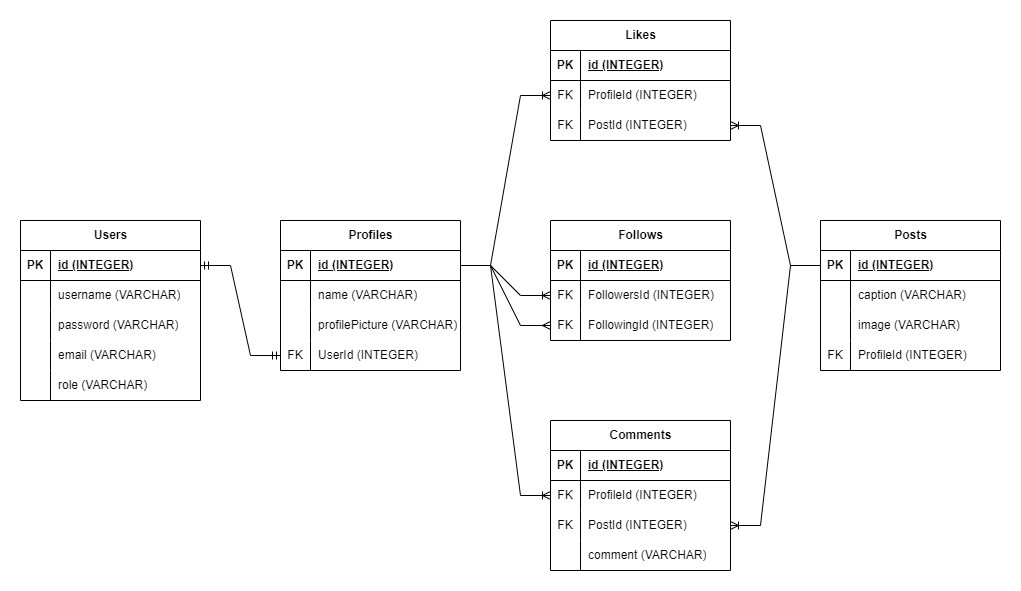
Earlier version of the draw.io export ERD-Social-Media.png (andiisultaan/social-media). Source tidied: cells renumbered, new cells last; positions are measured from the earlier drawing's top-left corner, leaving out a move shared by most shapes.
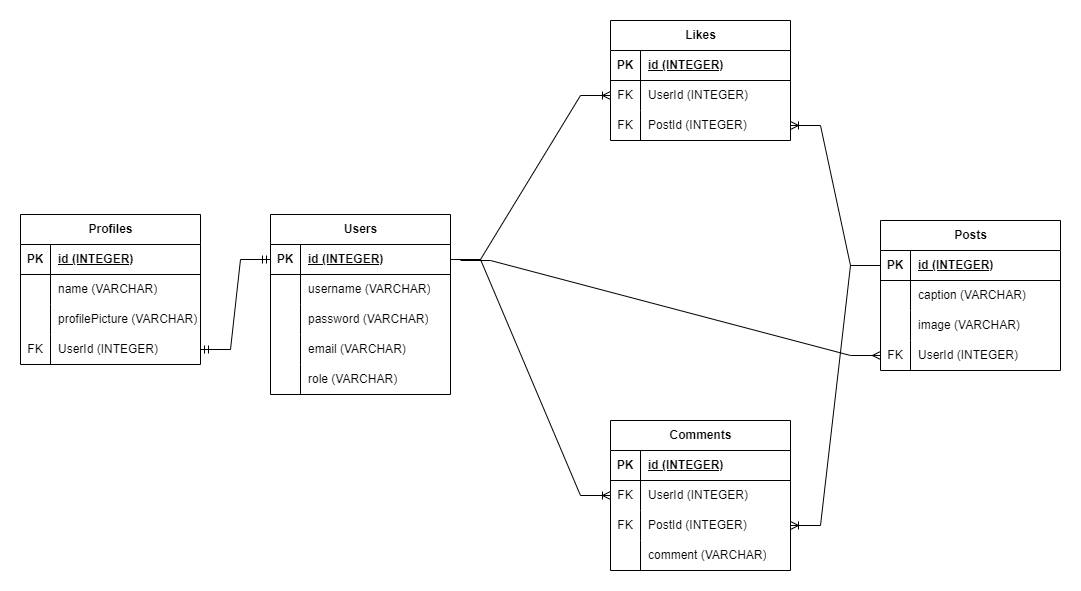
The same diagram one commit later.

Commit message:
new database erd

What changed in the source:
```diff
@@ -3,7 +3,7 @@
     <mxCell id="0" />
     <mxCell id="1" parent="0" />
     <mxCell id="2" value="Users" style="shape=table;startSize=30;rowLines=0;fontStyle=1;align=center;html=1;" parent="1" vertex="1">
-      <mxGeometry y="200" width="180" height="180" as="geometry" />
+      <mxGeometry x="190" y="194" width="180" height="180" as="geometry" />
     </mxCell>
     <mxCell id="3" style="shape=tableRow;horizontal=0;startSize=0;swimlaneHead=0;swimlaneBody=0;fillColor=none;points=[[0,0.5],[1,0.5]];portConstraint=eastwest;top=0;left=0;right=0;bottom=1;" parent="2" vertex="1">
       <mxGeometry y="30" width="180" height="30" as="geometry" />
@@ -51,7 +51,7 @@
       <mxGeometry x="30" width="150" height="30" as="geometry" />
     </mxCell>
     <mxCell id="18" value="Profiles" style="shape=table;startSize=30;rowLines=0;fontStyle=1;align=center;html=1;" parent="1" vertex="1">
-      <mxGeometry x="260" y="200" width="180" height="150" as="geometry" />
+      <mxGeometry x="-60" y="194" width="180" height="150" as="geometry" />
     </mxCell>
     <mxCell id="19" style="shape=tableRow;horizontal=0;startSize=0;swimlaneHead=0;swimlaneBody=0;fillColor=none;points=[[0,0.5],[1,0.5]];portConstraint=eastwest;top=0;left=0;right=0;bottom=1;" parent="18" vertex="1">
       <mxGeometry y="30" width="180" height="30" as="geometry" />
@@ -125,7 +125,7 @@
     <mxCell id="42" value="FK" style="shape=partialRectangle;fillColor=none;top=0;left=0;bottom=0;right=0;overflow=hidden;whiteSpace=wrap;html=1;" parent="41" vertex="1">
       <mxGeometry width="30" height="30" as="geometry" />
     </mxCell>
-    <mxCell id="43" value="ProfileId (INTEGER)" style="shape=partialRectangle;fillColor=none;top=0;left=0;bottom=0;right=0;align=left;spacingLeft=6;overflow=hidden;whiteSpace=wrap;html=1;" parent="41" vertex="1">
+    <mxCell id="43" value="UserId (INTEGER)" style="shape=partialRectangle;fillColor=none;top=0;left=0;bottom=0;right=0;align=left;spacingLeft=6;overflow=hidden;whiteSpace=wrap;html=1;" parent="41" vertex="1">
       <mxGeometry x="30" width="150" height="30" as="geometry" />
     </mxCell>
     <mxCell id="44" value="Comments" style="shape=table;startSize=30;rowLines=0;fontStyle=1;align=center;html=1;" parent="1" vertex="1">
@@ -146,7 +146,7 @@
     <mxCell id="49" value="FK" style="shape=partialRectangle;fillColor=none;top=0;left=0;bottom=0;right=0;overflow=hidden;whiteSpace=wrap;html=1;" parent="48" vertex="1">
       <mxGeometry width="30" height="30" as="geometry" />
     </mxCell>
-    <mxCell id="50" value="ProfileId (INTEGER)" style="shape=partialRectangle;fillColor=none;top=0;left=0;bottom=0;right=0;align=left;spacingLeft=6;overflow=hidden;whiteSpace=wrap;html=1;" parent="48" vertex="1">
+    <mxCell id="50" value="UserId (INTEGER)" style="shape=partialRectangle;fillColor=none;top=0;left=0;bottom=0;right=0;align=left;spacingLeft=6;overflow=hidden;whiteSpace=wrap;html=1;" parent="48" vertex="1">
       <mxGeometry x="30" width="150" height="30" as="geometry" />
     </mxCell>
     <mxCell id="51" style="shape=tableRow;horizontal=0;startSize=0;swimlaneHead=0;swimlaneBody=0;fillColor=none;points=[[0,0.5],[1,0.5]];portConstraint=eastwest;top=0;left=0;right=0;bottom=0;" parent="44" vertex="1">
@@ -185,7 +185,7 @@
     <mxCell id="62" value="FK" style="shape=partialRectangle;fillColor=none;top=0;left=0;bottom=0;right=0;overflow=hidden;whiteSpace=wrap;html=1;" parent="61" vertex="1">
       <mxGeometry width="30" height="30" as="geometry" />
     </mxCell>
-    <mxCell id="63" value="ProfileId (INTEGER)" style="shape=partialRectangle;fillColor=none;top=0;left=0;bottom=0;right=0;align=left;spacingLeft=6;overflow=hidden;whiteSpace=wrap;html=1;" parent="61" vertex="1">
+    <mxCell id="63" value="UserId (INTEGER)" style="shape=partialRectangle;fillColor=none;top=0;left=0;bottom=0;right=0;align=left;spacingLeft=6;overflow=hidden;whiteSpace=wrap;html=1;" parent="61" vertex="1">
       <mxGeometry x="30" width="150" height="30" as="geometry" />
     </mxCell>
     <mxCell id="64" style="shape=tableRow;horizontal=0;startSize=0;swimlaneHead=0;swimlaneBody=0;fillColor=none;points=[[0,0.5],[1,0.5]];portConstraint=eastwest;top=0;left=0;right=0;bottom=0;" parent="57" vertex="1">
@@ -197,46 +197,13 @@
     <mxCell id="66" value="PostId (INTEGER)" style="shape=partialRectangle;fillColor=none;top=0;left=0;bottom=0;right=0;align=left;spacingLeft=6;overflow=hidden;whiteSpace=wrap;html=1;" parent="64" vertex="1">
       <mxGeometry x="30" width="150" height="30" as="geometry" />
     </mxCell>
-    <mxCell id="67" value="Follows" style="shape=table;startSize=30;rowLines=0;fontStyle=1;align=center;html=1;" parent="1" vertex="1">
-      <mxGeometry x="530" y="200" width="180" height="120" as="geometry" />
-    </mxCell>
-    <mxCell id="68" style="shape=tableRow;horizontal=0;startSize=0;swimlaneHead=0;swimlaneBody=0;fillColor=none;top=0;left=0;right=0;bottom=1;" parent="67" vertex="1">
-      <mxGeometry y="30" width="180" height="30" as="geometry" />
-    </mxCell>
-    <mxCell id="69" value="PK" style="shape=partialRectangle;fillColor=none;top=0;left=0;bottom=0;right=0;fontStyle=1;overflow=hidden;whiteSpace=wrap;html=1;" parent="68" vertex="1">
-      <mxGeometry width="30" height="30" as="geometry" />
-    </mxCell>
-    <mxCell id="70" value="id (INTEGER)" style="shape=partialRectangle;fillColor=none;top=0;left=0;bottom=0;right=0;align=left;spacingLeft=6;fontStyle=5;overflow=hidden;whiteSpace=wrap;html=1;" parent="68" vertex="1">
-      <mxGeometry x="30" width="150" height="30" as="geometry" />
-    </mxCell>
-    <mxCell id="71" style="shape=tableRow;horizontal=0;startSize=0;swimlaneHead=0;swimlaneBody=0;fillColor=none;points=[[0,0.5],[1,0.5]];portConstraint=eastwest;top=0;left=0;right=0;bottom=0;" parent="67" vertex="1">
-      <mxGeometry y="60" width="180" height="30" as="geometry" />
-    </mxCell>
-    <mxCell id="72" value="FK" style="shape=partialRectangle;fillColor=none;top=0;left=0;bottom=0;right=0;overflow=hidden;whiteSpace=wrap;html=1;" parent="71" vertex="1">
-      <mxGeometry width="30" height="30" as="geometry" />
-    </mxCell>
-    <mxCell id="73" value="FollowersId (INTEGER)" style="shape=partialRectangle;fillColor=none;top=0;left=0;bottom=0;right=0;align=left;spacingLeft=6;overflow=hidden;whiteSpace=wrap;html=1;" parent="71" vertex="1">
-      <mxGeometry x="30" width="150" height="30" as="geometry" />
-    </mxCell>
-    <mxCell id="74" style="shape=tableRow;horizontal=0;startSize=0;swimlaneHead=0;swimlaneBody=0;fillColor=none;points=[[0,0.5],[1,0.5]];portConstraint=eastwest;top=0;left=0;right=0;bottom=0;" parent="67" vertex="1">
-      <mxGeometry y="90" width="180" height="30" as="geometry" />
-    </mxCell>
-    <mxCell id="75" value="FK" style="shape=partialRectangle;fillColor=none;top=0;left=0;bottom=0;right=0;overflow=hidden;whiteSpace=wrap;html=1;" parent="74" vertex="1">
-      <mxGeometry width="30" height="30" as="geometry" />
-    </mxCell>
-    <mxCell id="76" value="FollowingId (INTEGER)" style="shape=partialRectangle;fillColor=none;top=0;left=0;bottom=0;right=0;align=left;spacingLeft=6;overflow=hidden;whiteSpace=wrap;html=1;" parent="74" vertex="1">
-      <mxGeometry x="30" width="150" height="30" as="geometry" />
-    </mxCell>
-    <mxCell id="77" style="edgeStyle=entityRelationEdgeStyle;fontSize=12;html=1;endArrow=ERmandOne;startArrow=ERmandOne;rounded=0;entryX=0;entryY=0.5;entryDx=0;entryDy=0;exitX=1;exitY=0.5;exitDx=0;exitDy=0;" parent="1" edge="1" source="3" target="28">
+    <mxCell id="77" style="edgeStyle=entityRelationEdgeStyle;fontSize=12;html=1;endArrow=ERmandOne;startArrow=ERmandOne;rounded=0;entryX=1;entryY=0.5;entryDx=0;entryDy=0;exitX=0;exitY=0.5;exitDx=0;exitDy=0;" parent="1" edge="1" source="3" target="28">
       <mxGeometry relative="1" as="geometry" />
     </mxCell>
-    <mxCell id="78" style="edgeStyle=entityRelationEdgeStyle;fontSize=12;html=1;endArrow=ERoneToMany;rounded=0;exitX=1;exitY=0.5;exitDx=0;exitDy=0;entryX=0;entryY=0.5;entryDx=0;entryDy=0;" parent="1" edge="1" source="19" target="71">
-      <mxGeometry relative="1" as="geometry" />
-    </mxCell>
-    <mxCell id="79" style="edgeStyle=entityRelationEdgeStyle;fontSize=12;html=1;endArrow=ERoneToMany;rounded=0;exitX=1;exitY=0.5;exitDx=0;exitDy=0;entryX=0;entryY=0.5;entryDx=0;entryDy=0;" parent="1" edge="1" source="19" target="48">
+    <mxCell id="79" style="edgeStyle=entityRelationEdgeStyle;fontSize=12;html=1;endArrow=ERoneToMany;rounded=0;entryX=0;entryY=0.5;entryDx=0;entryDy=0;exitX=1;exitY=0.5;exitDx=0;exitDy=0;" parent="1" edge="1" source="3" target="48">
       <mxGeometry relative="1" as="geometry" />
     </mxCell>
-    <mxCell id="80" style="edgeStyle=entityRelationEdgeStyle;fontSize=12;html=1;endArrow=ERoneToMany;rounded=0;exitX=1;exitY=0.5;exitDx=0;exitDy=0;entryX=0;entryY=0.5;entryDx=0;entryDy=0;" parent="1" edge="1" source="19" target="61">
+    <mxCell id="80" style="edgeStyle=entityRelationEdgeStyle;fontSize=12;html=1;endArrow=ERoneToMany;rounded=0;entryX=0;entryY=0.5;entryDx=0;entryDy=0;exitX=1;exitY=0.5;exitDx=0;exitDy=0;" parent="1" edge="1" source="3" target="61">
       <mxGeometry relative="1" as="geometry" />
     </mxCell>
     <mxCell id="81" style="edgeStyle=entityRelationEdgeStyle;fontSize=12;html=1;endArrow=ERoneToMany;rounded=0;exitX=0;exitY=0.5;exitDx=0;exitDy=0;entryX=1;entryY=0.5;entryDx=0;entryDy=0;" parent="1" edge="1" source="32" target="64">
@@ -245,8 +212,13 @@
     <mxCell id="82" style="edgeStyle=entityRelationEdgeStyle;fontSize=12;html=1;endArrow=ERoneToMany;rounded=0;exitX=0;exitY=0.5;exitDx=0;exitDy=0;entryX=1;entryY=0.5;entryDx=0;entryDy=0;" parent="1" edge="1" source="32" target="51">
       <mxGeometry relative="1" as="geometry" />
     </mxCell>
-    <mxCell id="83" style="edgeStyle=entityRelationEdgeStyle;fontSize=12;html=1;endArrow=ERmany;rounded=0;exitX=1;exitY=0.5;exitDx=0;exitDy=0;entryX=0;entryY=0.5;entryDx=0;entryDy=0;" parent="1" edge="1" source="19" target="74">
-      <mxGeometry relative="1" as="geometry" />
+    <mxCell id="83" style="edgeStyle=entityRelationEdgeStyle;fontSize=12;html=1;endArrow=ERmany;rounded=0;entryX=0;entryY=0.5;entryDx=0;entryDy=0;" parent="1" edge="1" target="41">
+      <mxGeometry relative="1" as="geometry">
+        <mxPoint x="380" y="240" as="sourcePoint" />
+        <Array as="points">
+          <mxPoint x="430" y="270" />
+        </Array>
+      </mxGeometry>
     </mxCell>
   </root>
 </mxGraphModel>
```
